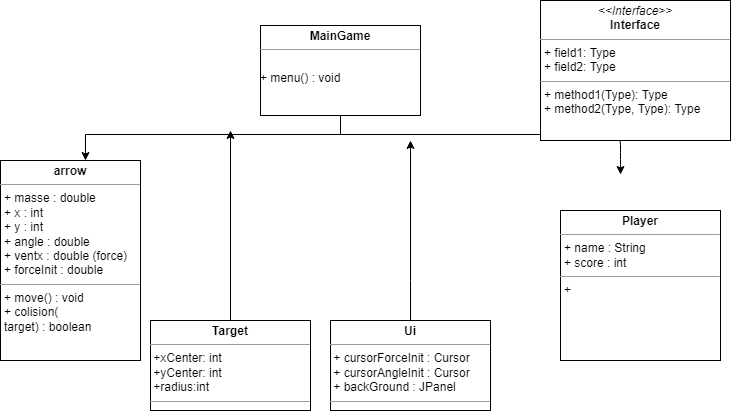
vbard1/mini-projet-2 keeps this draw.io diagram as UMLDiagram.png. Above is the earlier version. Source tidied: cells renumbered, new cells last; positions are measured from the earlier drawing's top-left corner, leaving out a move shared by most shapes.
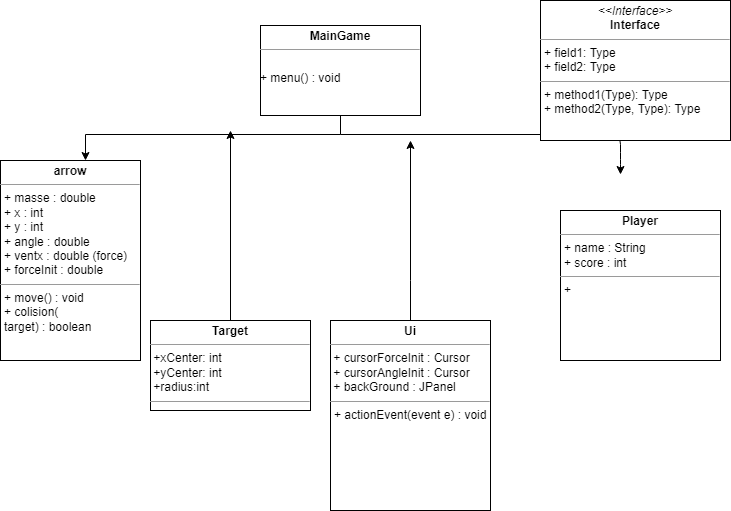
The same diagram one commit later.

The edit, as a diff of the source:
```diff
@@ -45,8 +45,8 @@
         </Array>
       </mxGeometry>
     </mxCell>
-    <mxCell id="9" value="&lt;p style=&quot;margin: 0px ; margin-top: 4px ; text-align: center&quot;&gt;&lt;b&gt;Ui&lt;/b&gt;&lt;br&gt;&lt;/p&gt;&lt;hr size=&quot;1&quot;&gt;&amp;nbsp;+ cursorForceInit : Cursor&lt;br&gt;&amp;nbsp;+ cursorAngleInit : Cursor&lt;br&gt;&amp;nbsp;+ backGround : JPanel&lt;br&gt;&lt;hr size=&quot;1&quot;&gt;&lt;p style=&quot;margin: 0px ; margin-left: 4px&quot;&gt;+&lt;/p&gt;" style="verticalAlign=top;align=left;overflow=fill;fontSize=12;fontFamily=Helvetica;html=1;" parent="1" vertex="1">
-      <mxGeometry x="330" y="320" width="160" height="90" as="geometry" />
+    <mxCell id="9" value="&lt;p style=&quot;margin: 0px ; margin-top: 4px ; text-align: center&quot;&gt;&lt;b&gt;Ui&lt;/b&gt;&lt;br&gt;&lt;/p&gt;&lt;hr size=&quot;1&quot;&gt;&amp;nbsp;+ cursorForceInit : Cursor&lt;br&gt;&amp;nbsp;+ cursorAngleInit : Cursor&lt;br&gt;&amp;nbsp;+ backGround : JPanel&lt;br&gt;&lt;hr size=&quot;1&quot;&gt;&lt;p style=&quot;margin: 0px ; margin-left: 4px&quot;&gt;+ actionEvent(event e) : void&lt;/p&gt;" style="verticalAlign=top;align=left;overflow=fill;fontSize=12;fontFamily=Helvetica;html=1;" parent="1" vertex="1">
+      <mxGeometry x="330" y="320" width="160" height="190" as="geometry" />
     </mxCell>
     <mxCell id="10" value="&lt;p style=&quot;margin: 0px ; margin-top: 4px ; text-align: center&quot;&gt;&lt;b&gt;Player&lt;/b&gt;&lt;br&gt;&lt;/p&gt;&lt;hr size=&quot;1&quot;&gt;&lt;p style=&quot;margin: 0px ; margin-left: 4px&quot;&gt;+ name : String&lt;/p&gt;&lt;p style=&quot;margin: 0px ; margin-left: 4px&quot;&gt;+ score : int&lt;/p&gt;&lt;hr size=&quot;1&quot;&gt;&lt;p style=&quot;margin: 0px ; margin-left: 4px&quot;&gt;+&lt;br&gt;&lt;/p&gt;" style="verticalAlign=top;align=left;overflow=fill;fontSize=12;fontFamily=Helvetica;html=1;" parent="1" vertex="1">
       <mxGeometry x="560" y="210" width="160" height="150" as="geometry" />
```
